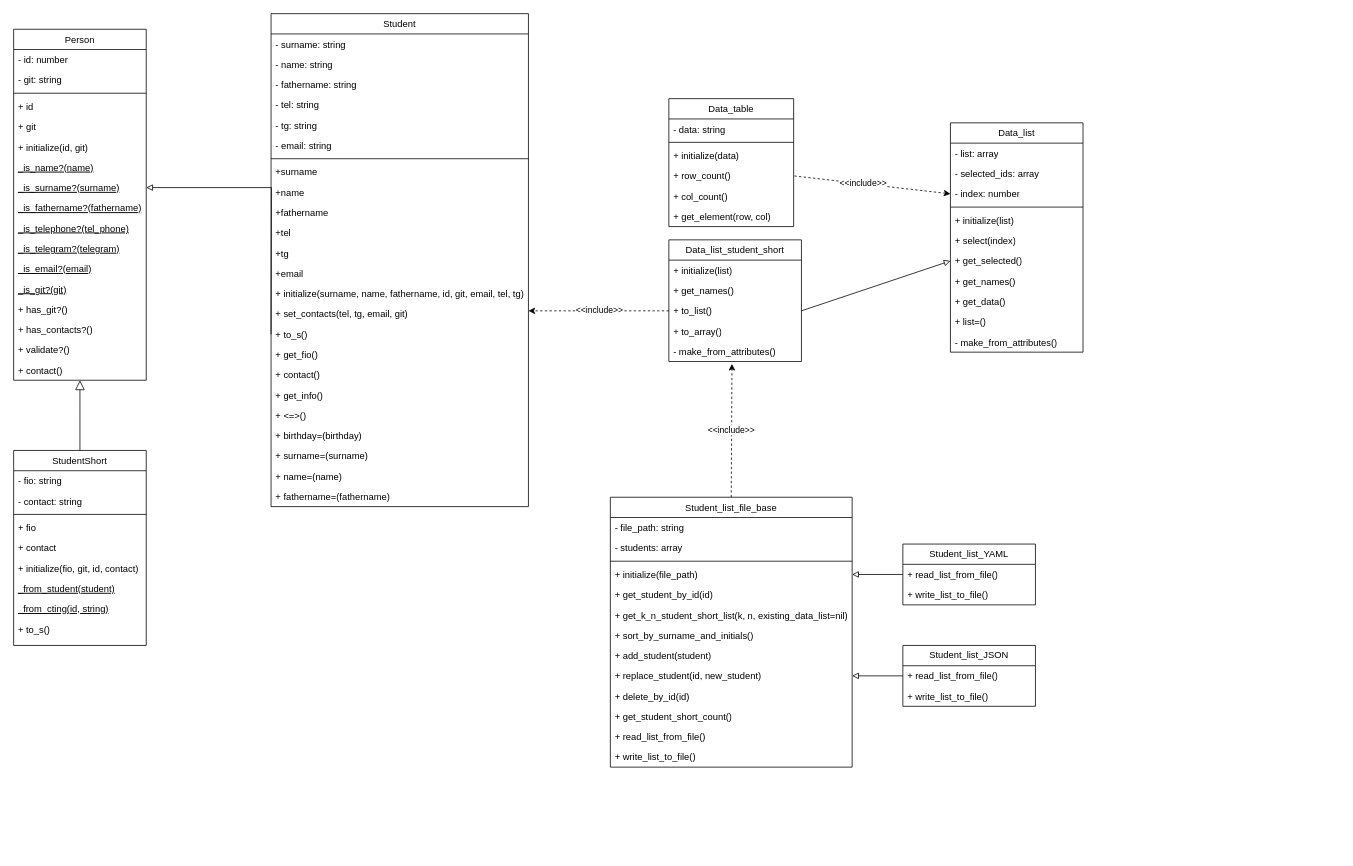
The draw.io diagram Lab_Students/Class Diagram.drawio in lububuska/design_patterns, before the edit. Source tidied: cells renumbered, new cells numbered last; positions are measured from the earlier drawing's top-left corner, leaving out a move shared by most shapes. Both pictures are drawn from the tidied source at 78%, with x=0, y=0 at pixel (13, 13).
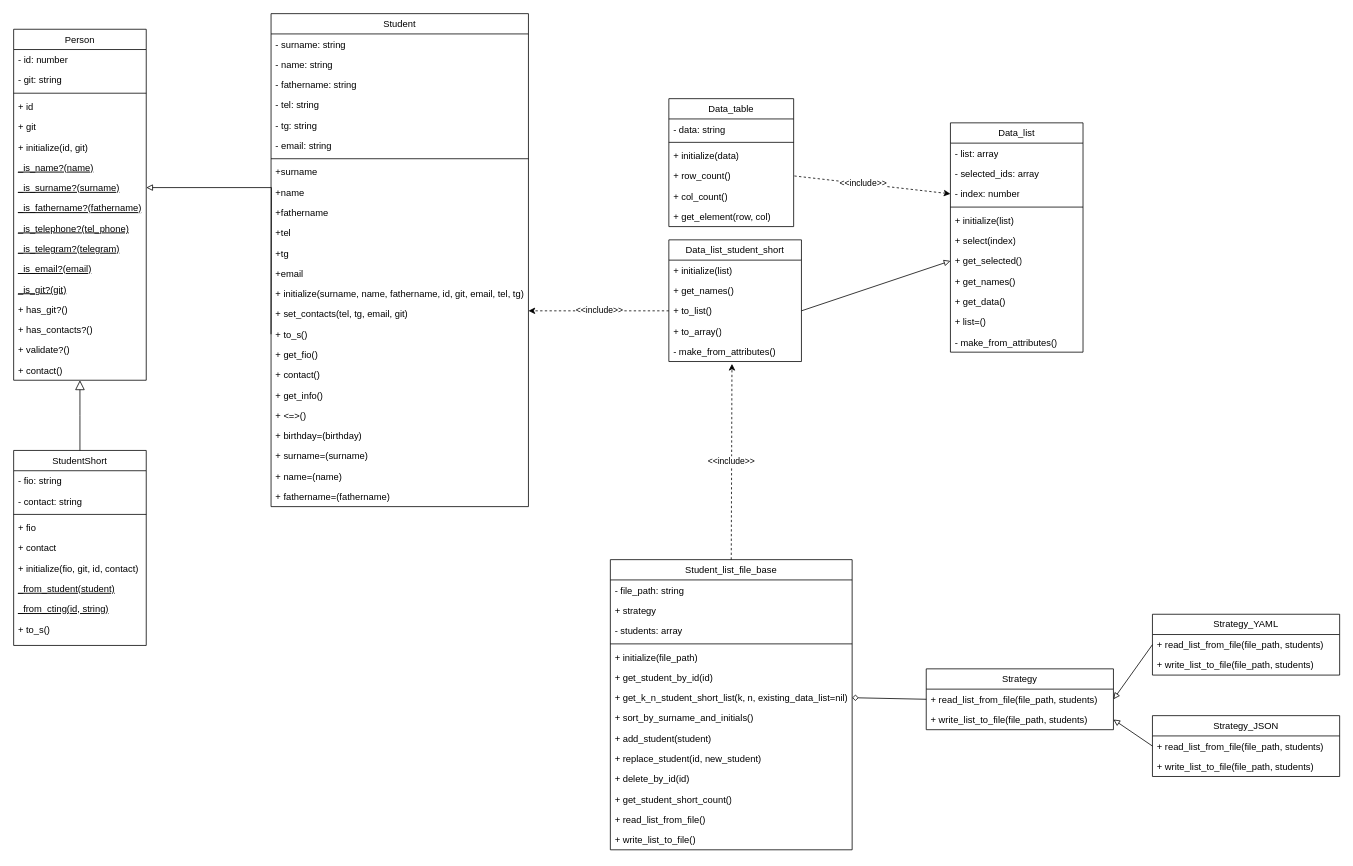
The same diagram, later.

Commit message (it also covers changes not shown here):
lab4 task 4.2.5-6 refactoring, add pattern strategy and change class diagram

What changed in the source:
```diff
@@
     <mxCell id="88" value="&lt;div style=&quot;font-weight: normal; font-size: 12px; line-height: 18px; white-space: pre;&quot;&gt;&lt;div style=&quot;&quot;&gt;&lt;font face=&quot;Helvetica&quot; style=&quot;color: rgb(0, 0, 0);&quot;&gt;Student_list_file_base&lt;/font&gt;&lt;/div&gt;&lt;/div&gt;" style="swimlane;fontStyle=0;horizontal=1;startSize=26;fillColor=none;whiteSpace=wrap;html=1;" parent="1" vertex="1">
-      <mxGeometry x="765" y="620" width="310" height="346" as="geometry" />
+      <mxGeometry x="765" y="700" width="310" height="372" as="geometry" />
     </mxCell>
@@
+    <mxCell id="110" value="+ strategy" style="text;strokeColor=none;fillColor=none;align=left;verticalAlign=top;spacingLeft=4;spacingRight=4;overflow=hidden;whiteSpace=wrap;html=1;" parent="88" vertex="1">
+      <mxGeometry y="52" width="310" height="26" as="geometry" />
+    </mxCell>
     <mxCell id="90" value="- students: array" style="text;strokeColor=none;fillColor=none;align=left;verticalAlign=top;spacingLeft=4;spacingRight=4;overflow=hidden;whiteSpace=wrap;html=1;" parent="88" vertex="1">
-      <mxGeometry y="52" width="310" height="26" as="geometry" />
+      <mxGeometry y="78" width="310" height="26" as="geometry" />
     </mxCell>
     <mxCell id="91" style="line;strokeWidth=1;fillColor=none;align=left;verticalAlign=middle;spacingTop=-1;spacingLeft=3;spacingRight=3;labelPosition=right;strokeColor=inherit;" parent="88" vertex="1">
-      <mxGeometry y="78" width="310" height="8" as="geometry" />
+      <mxGeometry y="104" width="310" height="8" as="geometry" />
     </mxCell>
     <mxCell id="92" value="+ initialize(file_path)" style="text;strokeColor=none;fillColor=none;align=left;verticalAlign=top;spacingLeft=4;spacingRight=4;overflow=hidden;points=[[0,0.5],[1,0.5]];portConstraint=eastwest;whiteSpace=wrap;html=1;" parent="88" vertex="1">
-      <mxGeometry y="86" width="310" height="26" as="geometry" />
+      <mxGeometry y="112" width="310" height="26" as="geometry" />
     </mxCell>
     <mxCell id="93" value="+&amp;nbsp;&lt;font face=&quot;Helvetica&quot; style=&quot;color: rgb(0, 0, 0);&quot;&gt;&lt;span style=&quot;white-space: pre;&quot;&gt;get_student_by_id&lt;/span&gt;&lt;span style=&quot;white-space: pre;&quot;&gt;(&lt;/span&gt;&lt;span style=&quot;white-space: pre;&quot;&gt;id&lt;/span&gt;&lt;span style=&quot;white-space: pre;&quot;&gt;)&lt;/span&gt;&lt;/font&gt;" style="text;strokeColor=none;fillColor=none;align=left;verticalAlign=top;spacingLeft=4;spacingRight=4;overflow=hidden;whiteSpace=wrap;html=1;" parent="88" vertex="1">
-      <mxGeometry y="112" width="310" height="26" as="geometry" />
+      <mxGeometry y="138" width="310" height="26" as="geometry" />
     </mxCell>
     <mxCell id="94" value="+ get_k_n_student_short_list(k, n, existing_data_list=nil)" style="text;strokeColor=none;fillColor=none;align=left;verticalAlign=top;spacingLeft=4;spacingRight=4;overflow=hidden;points=[[0,0.5],[1,0.5]];portConstraint=eastwest;whiteSpace=wrap;html=1;" parent="88" vertex="1">
-      <mxGeometry y="138" width="310" height="26" as="geometry" />
+      <mxGeometry y="164" width="310" height="26" as="geometry" />
     </mxCell>
     <mxCell id="95" value="+ sort_by_surname_and_initials()" style="text;strokeColor=none;fillColor=none;align=left;verticalAlign=top;spacingLeft=4;spacingRight=4;overflow=hidden;whiteSpace=wrap;html=1;" parent="88" vertex="1">
-      <mxGeometry y="164" width="310" height="26" as="geometry" />
+      <mxGeometry y="190" width="310" height="26" as="geometry" />
     </mxCell>
     <mxCell id="96" value="+ add_student(student)" style="text;strokeColor=none;fillColor=none;align=left;verticalAlign=top;spacingLeft=4;spacingRight=4;overflow=hidden;whiteSpace=wrap;html=1;" parent="88" vertex="1">
-      <mxGeometry y="190" width="310" height="26" as="geometry" />
+      <mxGeometry y="216" width="310" height="26" as="geometry" />
     </mxCell>
     <mxCell id="97" value="+ replace_student(id, new_student)" style="text;strokeColor=none;fillColor=none;align=left;verticalAlign=top;spacingLeft=4;spacingRight=4;overflow=hidden;points=[[0,0.5],[1,0.5]];portConstraint=eastwest;whiteSpace=wrap;html=1;" parent="88" vertex="1">
-      <mxGeometry y="216" width="310" height="26" as="geometry" />
+      <mxGeometry y="242" width="310" height="26" as="geometry" />
     </mxCell>
     <mxCell id="98" value="+ delete_by_id(id)" style="text;strokeColor=none;fillColor=none;align=left;verticalAlign=top;spacingLeft=4;spacingRight=4;overflow=hidden;whiteSpace=wrap;html=1;" parent="88" vertex="1">
-      <mxGeometry y="242" width="310" height="26" as="geometry" />
+      <mxGeometry y="268" width="310" height="26" as="geometry" />
     </mxCell>
     <mxCell id="99" value="+ get_student_short_count()" style="text;strokeColor=none;fillColor=none;align=left;verticalAlign=top;spacingLeft=4;spacingRight=4;overflow=hidden;whiteSpace=wrap;html=1;" parent="88" vertex="1">
-      <mxGeometry y="268" width="310" height="26" as="geometry" />
+      <mxGeometry y="294" width="310" height="26" as="geometry" />
     </mxCell>
     <mxCell id="100" value="+ read_list_from_file()" style="text;strokeColor=none;fillColor=none;align=left;verticalAlign=top;spacingLeft=4;spacingRight=4;overflow=hidden;whiteSpace=wrap;html=1;" parent="88" vertex="1">
-      <mxGeometry y="294" width="310" height="26" as="geometry" />
+      <mxGeometry y="320" width="310" height="26" as="geometry" />
     </mxCell>
     <mxCell id="101" value="+ write_list_to_file()" style="text;strokeColor=none;fillColor=none;align=left;verticalAlign=top;spacingLeft=4;spacingRight=4;overflow=hidden;whiteSpace=wrap;html=1;" parent="88" vertex="1">
-      <mxGeometry y="320" width="310" height="26" as="geometry" />
+      <mxGeometry y="346" width="310" height="26" as="geometry" />
     </mxCell>
-    <mxCell id="102" value="Student_list_YAML" style="swimlane;fontStyle=0;horizontal=1;startSize=26;fillColor=none;whiteSpace=wrap;html=1;" parent="1" vertex="1">
-      <mxGeometry x="1140" y="680" width="170" height="78" as="geometry" />
+    <mxCell id="102" value="Strategy_YAML" style="swimlane;fontStyle=0;horizontal=1;startSize=26;fillColor=none;whiteSpace=wrap;html=1;" parent="1" vertex="1">
+      <mxGeometry x="1460" y="770" width="240" height="78" as="geometry" />
     </mxCell>
-    <mxCell id="103" value="+ read_list_from_file()" style="text;strokeColor=none;fillColor=none;align=left;verticalAlign=top;spacingLeft=4;spacingRight=4;overflow=hidden;points=[[0,0.5],[1,0.5]];portConstraint=eastwest;whiteSpace=wrap;html=1;" parent="102" vertex="1">
-      <mxGeometry y="26" width="170" height="26" as="geometry" />
+    <mxCell id="103" value="+ read_list_from_file(file_path, students)" style="text;strokeColor=none;fillColor=none;align=left;verticalAlign=top;spacingLeft=4;spacingRight=4;overflow=hidden;points=[[0,0.5],[1,0.5]];portConstraint=eastwest;whiteSpace=wrap;html=1;" parent="102" vertex="1">
+      <mxGeometry y="26" width="240" height="26" as="geometry" />
     </mxCell>
-    <mxCell id="104" value="+ write_list_to_file()" style="text;strokeColor=none;fillColor=none;align=left;verticalAlign=top;spacingLeft=4;spacingRight=4;overflow=hidden;whiteSpace=wrap;html=1;" parent="102" vertex="1">
-      <mxGeometry y="52" width="170" height="26" as="geometry" />
+    <mxCell id="104" value="+ write_list_to_file(file_path, students)" style="text;strokeColor=none;fillColor=none;align=left;verticalAlign=top;spacingLeft=4;spacingRight=4;overflow=hidden;whiteSpace=wrap;html=1;" parent="102" vertex="1">
+      <mxGeometry y="52" width="240" height="26" as="geometry" />
     </mxCell>
-    <mxCell id="105" value="Student_list_JSON" style="swimlane;fontStyle=0;horizontal=1;startSize=26;fillColor=none;whiteSpace=wrap;html=1;" parent="1" vertex="1">
-      <mxGeometry x="1140" y="810" width="170" height="78" as="geometry" />
+    <mxCell id="105" value="Strategy_JSON" style="swimlane;fontStyle=0;horizontal=1;startSize=26;fillColor=none;whiteSpace=wrap;html=1;" parent="1" vertex="1">
+      <mxGeometry x="1460" y="900" width="240" height="78" as="geometry" />
     </mxCell>
-    <mxCell id="106" value="+ read_list_from_file()" style="text;strokeColor=none;fillColor=none;align=left;verticalAlign=top;spacingLeft=4;spacingRight=4;overflow=hidden;points=[[0,0.5],[1,0.5]];portConstraint=eastwest;whiteSpace=wrap;html=1;" parent="105" vertex="1">
-      <mxGeometry y="26" width="170" height="26" as="geometry" />
+    <mxCell id="106" value="+ read_list_from_file(file_path, students)" style="text;strokeColor=none;fillColor=none;align=left;verticalAlign=top;spacingLeft=4;spacingRight=4;overflow=hidden;points=[[0,0.5],[1,0.5]];portConstraint=eastwest;whiteSpace=wrap;html=1;" parent="105" vertex="1">
+      <mxGeometry y="26" width="240" height="26" as="geometry" />
     </mxCell>
-    <mxCell id="107" value="+ write_list_to_file()" style="text;strokeColor=none;fillColor=none;align=left;verticalAlign=top;spacingLeft=4;spacingRight=4;overflow=hidden;whiteSpace=wrap;html=1;" parent="105" vertex="1">
-      <mxGeometry y="52" width="170" height="26" as="geometry" />
+    <mxCell id="107" value="+ write_list_to_file(file_path, students)" style="text;strokeColor=none;fillColor=none;align=left;verticalAlign=top;spacingLeft=4;spacingRight=4;overflow=hidden;whiteSpace=wrap;html=1;" parent="105" vertex="1">
+      <mxGeometry y="52" width="240" height="26" as="geometry" />
     </mxCell>
-    <mxCell id="108" style="rounded=0;jettySize=auto;html=1;exitX=0;exitY=0.5;exitDx=0;exitDy=0;entryX=1;entryY=0.5;entryDx=0;entryDy=0;endArrow=block;endFill=0;" parent="1" edge="1" source="103" target="92">
-      <mxGeometry relative="1" as="geometry" />
-    </mxCell>
-    <mxCell id="109" style="rounded=0;jettySize=auto;html=1;exitX=0;exitY=0.5;exitDx=0;exitDy=0;entryX=1;entryY=0.5;entryDx=0;entryDy=0;endArrow=block;endFill=0;" parent="1" edge="1" source="106" target="97">
-      <mxGeometry relative="1" as="geometry" />
-    </mxCell>
+    <mxCell id="111" value="Strategy" style="swimlane;fontStyle=0;horizontal=1;startSize=26;fillColor=none;whiteSpace=wrap;html=1;" parent="1" vertex="1">
+      <mxGeometry x="1170" y="840" width="240" height="78" as="geometry" />
+    </mxCell>
+    <mxCell id="112" value="+ read_list_from_file(file_path, students)" style="text;strokeColor=none;fillColor=none;align=left;verticalAlign=top;spacingLeft=4;spacingRight=4;overflow=hidden;points=[[0,0.5],[1,0.5]];portConstraint=eastwest;whiteSpace=wrap;html=1;" parent="111" vertex="1">
+      <mxGeometry y="26" width="240" height="26" as="geometry" />
+    </mxCell>
+    <mxCell id="113" value="+ write_list_to_file(file_path, students)" style="text;strokeColor=none;fillColor=none;align=left;verticalAlign=top;spacingLeft=4;spacingRight=4;overflow=hidden;points=[[0,0.5],[1,0.5]];portConstraint=eastwest;whiteSpace=wrap;html=1;" parent="111" vertex="1">
+      <mxGeometry y="52" width="240" height="26" as="geometry" />
+    </mxCell>
+    <mxCell id="114" style="rounded=0;jettySize=auto;html=1;exitX=0;exitY=0.5;exitDx=0;exitDy=0;entryX=1;entryY=0.5;entryDx=0;entryDy=0;endArrow=block;endFill=0;" parent="1" edge="1" source="103" target="112">
+      <mxGeometry relative="1" as="geometry" />
+    </mxCell>
+    <mxCell id="115" style="rounded=0;jettySize=auto;html=1;exitX=0;exitY=0.5;exitDx=0;exitDy=0;entryX=1;entryY=0.5;entryDx=0;entryDy=0;endArrow=block;endFill=0;" parent="1" edge="1" source="106" target="113">
+      <mxGeometry relative="1" as="geometry" />
+    </mxCell>
+    <mxCell id="116" style="rounded=0;jettySize=auto;html=1;exitX=0;exitY=0.5;exitDx=0;exitDy=0;entryX=1;entryY=0.5;entryDx=0;entryDy=0;endArrow=diamond;endFill=0;" parent="1" edge="1" source="112" target="94">
+      <mxGeometry relative="1" as="geometry" />
+    </mxCell>
```
